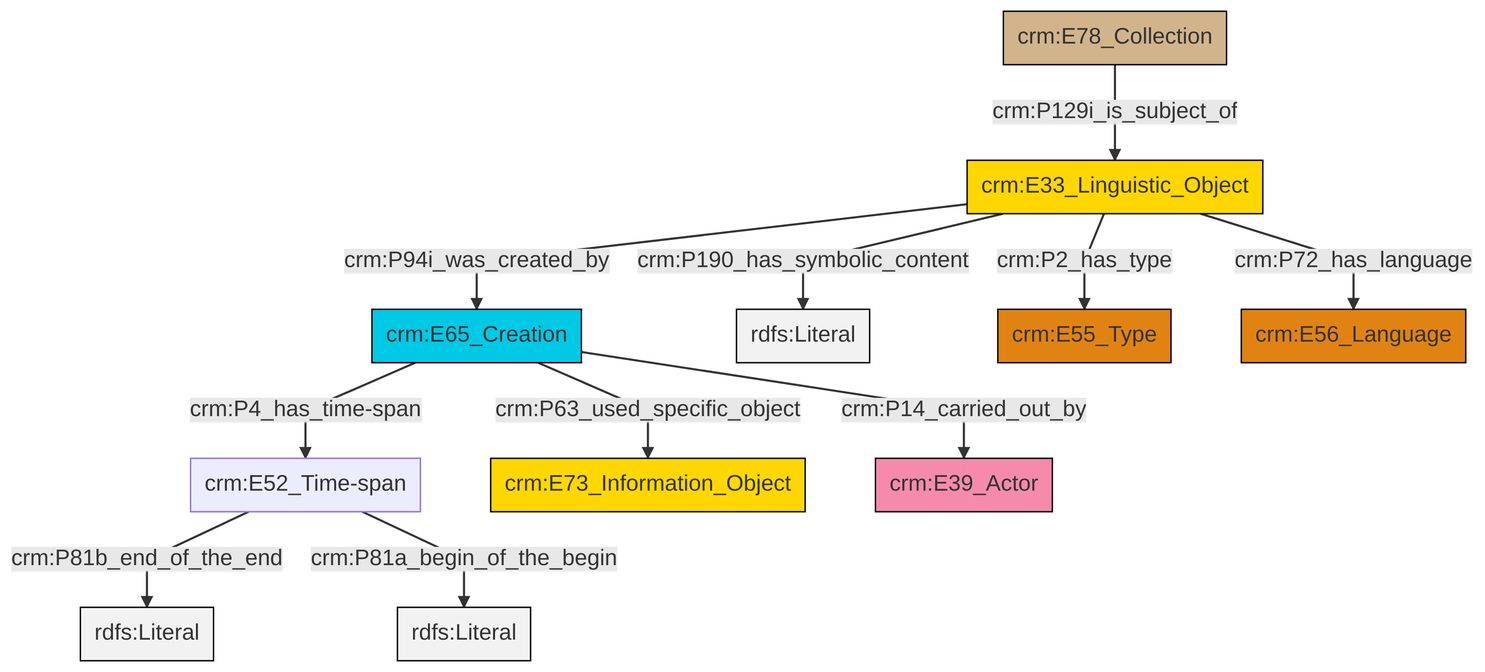
The Mermaid diagram et/archivalCSV/ttl/mmd/png/archival_desc.png in swiss-art-research-net/docs.swissartresearch, before a commit. Its source is kept beside it as et/archivalCSV/ttl/mmd/archival_desc.ttl.mmd.
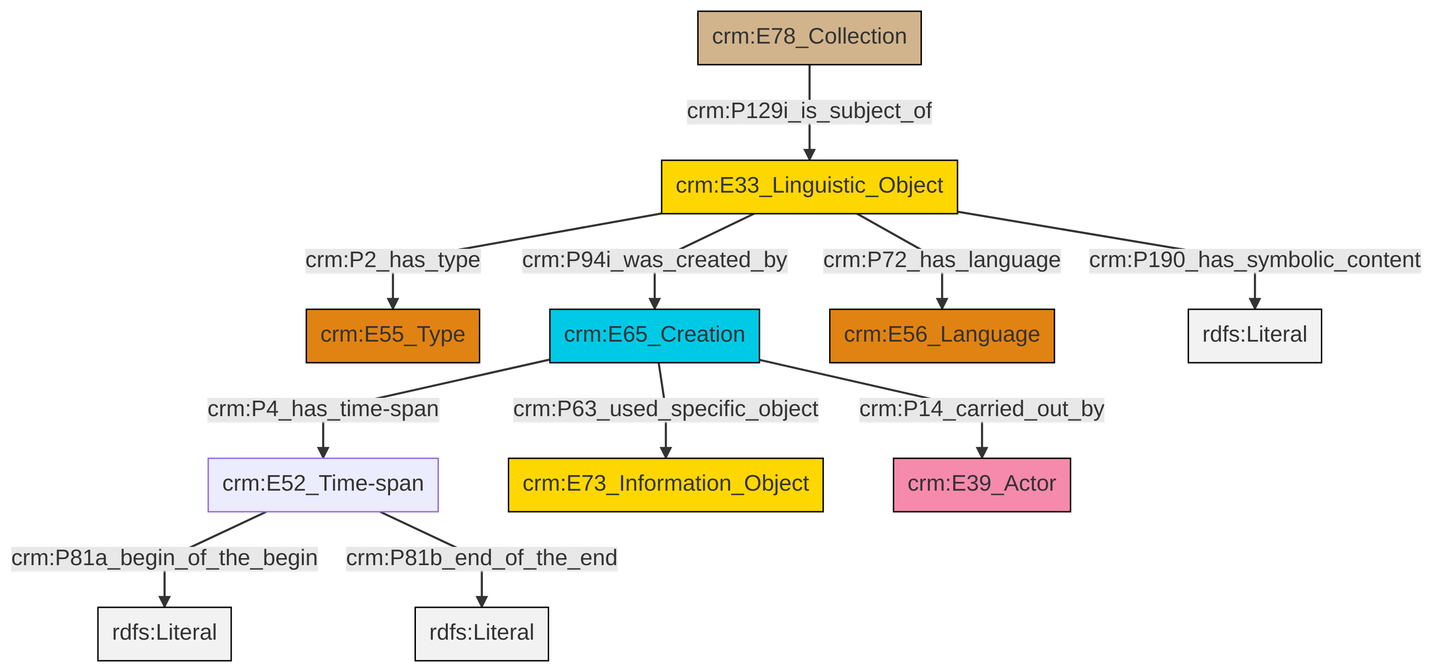
After the change.

The edit, as a diff of the source:
```diff
@@ -13,13 +13,13 @@
 classDef PC_Classes fill:#4ce600, stroke:#000000;
 classDef Multi fill:#cccccc,stroke:#000000;
 
-2["crm:E33_Linguistic_Object"]:::Conceptual_Object -->|crm:P94i_was_created_by| 3["crm:E65_Creation"]:::Temporal_Entity
-3["crm:E65_Creation"]:::Temporal_Entity -->|crm:P4_has_time-span| 0["crm:E52_Time-span"]:::Default
-3["crm:E65_Creation"]:::Temporal_Entity -->|crm:P63_used_specific_object| 4["crm:E73_Information_Object"]:::Conceptual_Object
-2["crm:E33_Linguistic_Object"]:::Conceptual_Object -->|crm:P190_has_symbolic_content| 5[rdfs:Literal]:::Literal
-2["crm:E33_Linguistic_Object"]:::Conceptual_Object -->|crm:P2_has_type| 6["crm:E55_Type"]:::Type
-0["crm:E52_Time-span"]:::Default -->|crm:P81b_end_of_the_end| 11[rdfs:Literal]:::Literal
-12["crm:E78_Collection"]:::Physical_Thing -->|crm:P129i_is_subject_of| 2["crm:E33_Linguistic_Object"]:::Conceptual_Object
-3["crm:E65_Creation"]:::Temporal_Entity -->|crm:P14_carried_out_by| 13["crm:E39_Actor"]:::Actor
-0["crm:E52_Time-span"]:::Default -->|crm:P81a_begin_of_the_begin| 14[rdfs:Literal]:::Literal
-2["crm:E33_Linguistic_Object"]:::Conceptual_Object -->|crm:P72_has_language| 9["crm:E56_Language"]:::Type
+4["crm:E33_Linguistic_Object"]:::Conceptual_Object -->|crm:P2_has_type| 2["crm:E55_Type"]:::Type
+0["crm:E52_Time-span"]:::Default -->|crm:P81a_begin_of_the_begin| 6[rdfs:Literal]:::Literal
+4["crm:E33_Linguistic_Object"]:::Conceptual_Object -->|crm:P94i_was_created_by| 7["crm:E65_Creation"]:::Temporal_Entity
+11["crm:E78_Collection"]:::Physical_Thing -->|crm:P129i_is_subject_of| 4["crm:E33_Linguistic_Object"]:::Conceptual_Object
+0["crm:E52_Time-span"]:::Default -->|crm:P81b_end_of_the_end| 12[rdfs:Literal]:::Literal
+4["crm:E33_Linguistic_Object"]:::Conceptual_Object -->|crm:P72_has_language| 9["crm:E56_Language"]:::Type
+7["crm:E65_Creation"]:::Temporal_Entity -->|crm:P4_has_time-span| 0["crm:E52_Time-span"]:::Default
+4["crm:E33_Linguistic_Object"]:::Conceptual_Object -->|crm:P190_has_symbolic_content| 15[rdfs:Literal]:::Literal
+7["crm:E65_Creation"]:::Temporal_Entity -->|crm:P14_carried_out_by| 16["crm:E39_Actor"]:::Actor
+7["crm:E65_Creation"]:::Temporal_Entity -->|crm:P63_used_specific_object| 13["crm:E73_Information_Object"]:::Conceptual_Object
```
